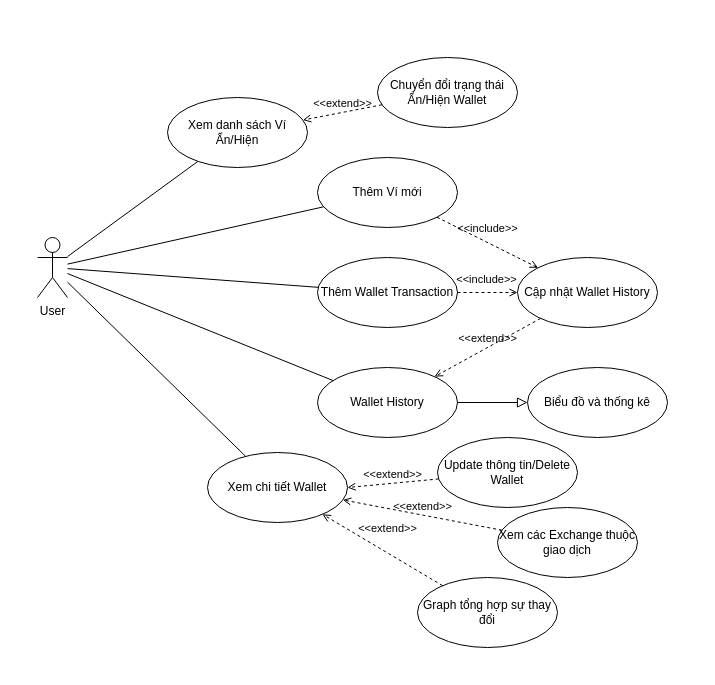
Before: design UML/WalletManagement.drawio in vulm-neo01/financial-management, a draw.io diagram. Source tidied: cells renumbered, new cells numbered last; positions are measured from the earlier drawing's top-left corner, leaving out a move shared by most shapes. Both pictures are drawn from the tidied source at 100%, with x=0, y=0 at pixel (37, 57).
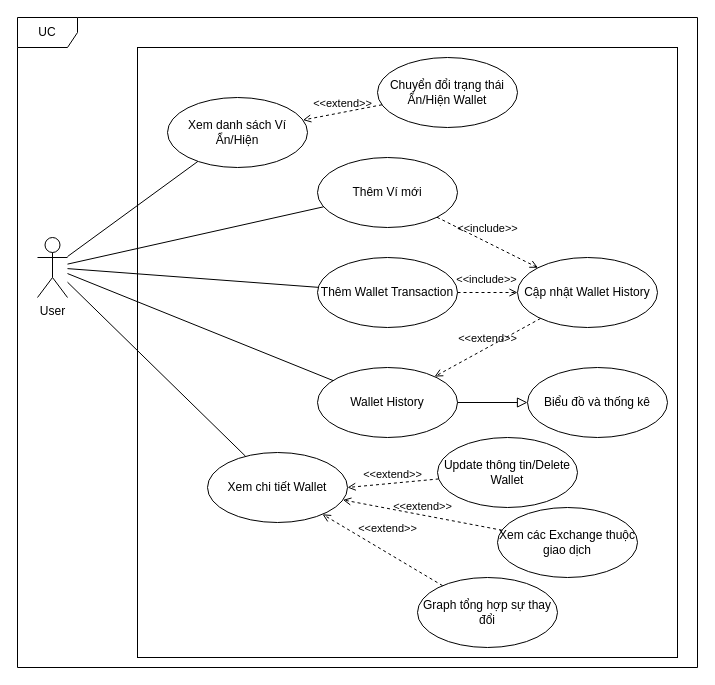
After the change.

Change to the diagram source:
```diff
@@
+    <mxCell id="28" style="rounded=0;whiteSpace=wrap;html=1;" parent="1" vertex="1">
+      <mxGeometry x="100" y="-10" width="540" height="610" as="geometry" />
+    </mxCell>
@@
+    <mxCell id="29" value="UC" style="shape=umlFrame;whiteSpace=wrap;html=1;" parent="1" vertex="1">
+      <mxGeometry x="-20" y="-40" width="680" height="650" as="geometry" />
+    </mxCell>
```
